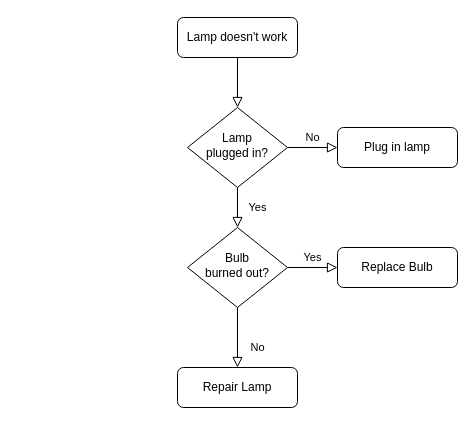
This is Untitled Diagram.drawio from boostorbust/BurtonLearning1, a draw.io file, before an edit. Source tidied: cells renumbered, new cells numbered last; positions are measured from the earlier drawing's top-left corner, leaving out a move shared by most shapes. Both pictures are drawn from the tidied source at 100%, with x=0, y=0 at pixel (177, 17).
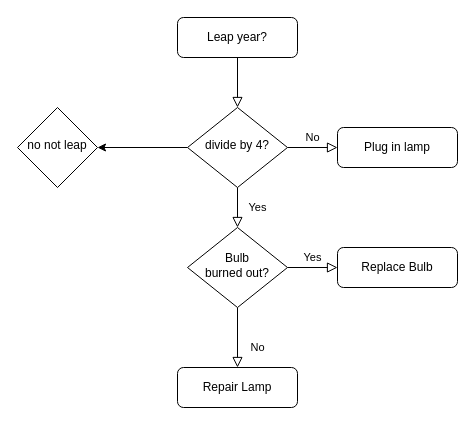
After the change.

What changed in the source:
```diff
@@
 <mxGraphModel>
   <root>
     <mxCell id="0" />
     <mxCell id="1" parent="0" />
     <mxCell id="2" style="rounded=0;html=1;jettySize=auto;fontSize=11;endArrow=block;endFill=0;endSize=8;strokeWidth=1;shadow=0;labelBackgroundColor=none;edgeStyle=orthogonalEdgeStyle;" parent="1" edge="1" source="3" target="6">
       <mxGeometry relative="1" as="geometry" />
     </mxCell>
-    <mxCell id="3" value="Lamp doesn't work" style="rounded=1;whiteSpace=wrap;html=1;fontSize=12;glass=0;strokeWidth=1;shadow=0;" parent="1" vertex="1">
+    <mxCell id="3" value="Leap year?" style="rounded=1;whiteSpace=wrap;html=1;fontSize=12;glass=0;strokeWidth=1;shadow=0;" parent="1" vertex="1">
       <mxGeometry width="120" height="40" as="geometry" />
     </mxCell>
     <mxCell id="4" value="Yes" style="rounded=0;html=1;jettySize=auto;fontSize=11;endArrow=block;endFill=0;endSize=8;strokeWidth=1;shadow=0;labelBackgroundColor=none;edgeStyle=orthogonalEdgeStyle;" parent="1" edge="1" source="6" target="10">
       <mxGeometry y="20" relative="1" as="geometry" />
     </mxCell>
     <mxCell id="5" value="No" style="edgeStyle=orthogonalEdgeStyle;rounded=0;html=1;jettySize=auto;fontSize=11;endArrow=block;endFill=0;endSize=8;strokeWidth=1;shadow=0;labelBackgroundColor=none;" parent="1" edge="1" source="6" target="7">
       <mxGeometry y="10" relative="1" as="geometry" />
     </mxCell>
+    <mxCell id="13" style="edgeStyle=orthogonalEdgeStyle;rounded=0;jettySize=auto;html=1;" parent="1" edge="1" source="6" target="14">
+      <mxGeometry relative="1" as="geometry" />
+    </mxCell>
-    <mxCell id="6" value="Lamp&lt;br&gt;plugged in?" style="rhombus;whiteSpace=wrap;html=1;shadow=0;fontFamily=Helvetica;fontSize=12;align=center;strokeWidth=1;spacing=6;spacingTop=-4;" parent="1" vertex="1">
+    <mxCell id="6" value="divide by 4? " style="rhombus;whiteSpace=wrap;html=1;shadow=0;fontFamily=Helvetica;fontSize=12;align=center;strokeWidth=1;spacing=6;spacingTop=-4;" parent="1" vertex="1">
       <mxGeometry x="10" y="90" width="100" height="80" as="geometry" />
     </mxCell>
     <mxCell id="7" value="Plug in lamp" style="rounded=1;whiteSpace=wrap;html=1;fontSize=12;glass=0;strokeWidth=1;shadow=0;" parent="1" vertex="1">
       <mxGeometry x="160" y="110" width="120" height="40" as="geometry" />
     </mxCell>
     <mxCell id="8" value="No" style="rounded=0;html=1;jettySize=auto;fontSize=11;endArrow=block;endFill=0;endSize=8;strokeWidth=1;shadow=0;labelBackgroundColor=none;edgeStyle=orthogonalEdgeStyle;" parent="1" edge="1" source="10" target="11">
       <mxGeometry x="0.33" y="20" relative="1" as="geometry" />
     </mxCell>
     <mxCell id="9" value="Yes" style="edgeStyle=orthogonalEdgeStyle;rounded=0;html=1;jettySize=auto;fontSize=11;endArrow=block;endFill=0;endSize=8;strokeWidth=1;shadow=0;labelBackgroundColor=none;" parent="1" edge="1" source="10" target="12">
       <mxGeometry y="10" relative="1" as="geometry" />
     </mxCell>
     <mxCell id="10" value="Bulb&lt;br&gt;burned out?" style="rhombus;whiteSpace=wrap;html=1;shadow=0;fontFamily=Helvetica;fontSize=12;align=center;strokeWidth=1;spacing=6;spacingTop=-4;" parent="1" vertex="1">
       <mxGeometry x="10" y="210" width="100" height="80" as="geometry" />
     </mxCell>
     <mxCell id="11" value="Repair Lamp" style="rounded=1;whiteSpace=wrap;html=1;fontSize=12;glass=0;strokeWidth=1;shadow=0;" parent="1" vertex="1">
       <mxGeometry y="350" width="120" height="40" as="geometry" />
     </mxCell>
     <mxCell id="12" value="Replace Bulb" style="rounded=1;whiteSpace=wrap;html=1;fontSize=12;glass=0;strokeWidth=1;shadow=0;" parent="1" vertex="1">
       <mxGeometry x="160" y="230" width="120" height="40" as="geometry" />
     </mxCell>
+    <mxCell id="14" value="no not leap" style="rhombus;whiteSpace=wrap;html=1;shadow=0;strokeWidth=1;spacing=6;spacingTop=-4;" parent="1" vertex="1">
+      <mxGeometry x="-160" y="90" width="80" height="80" as="geometry" />
+    </mxCell>
   </root>
 </mxGraphModel>
```
